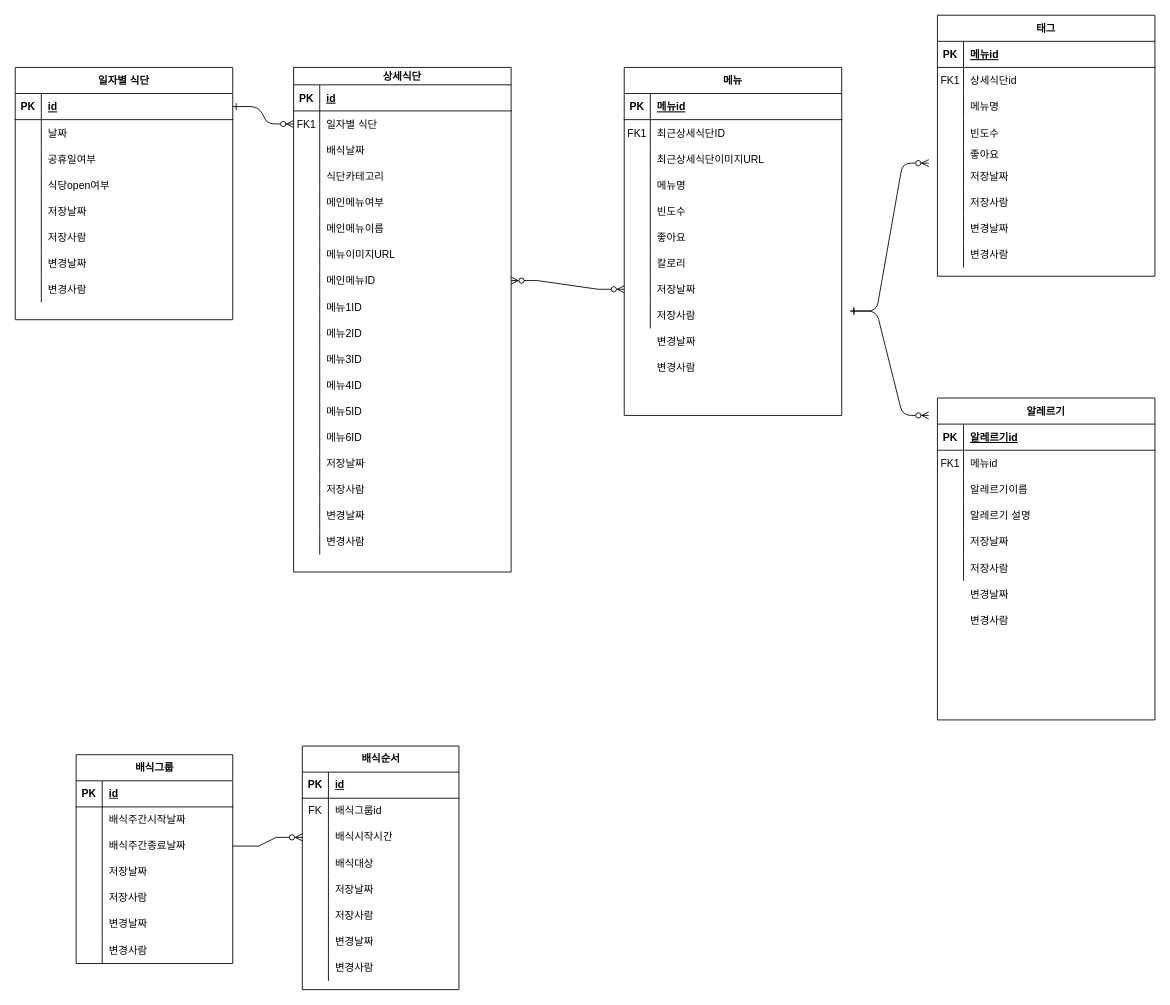
This is 제목 없는 다이어그램.drawio from meoku/MeokuDB-Schema, a draw.io file, before an edit. Source tidied: cells renumbered, new cells numbered last; positions are measured from the earlier drawing's top-left corner, leaving out a move shared by most shapes. Both pictures are drawn from the tidied source at 87%, with x=0, y=0 at pixel (15, 15).
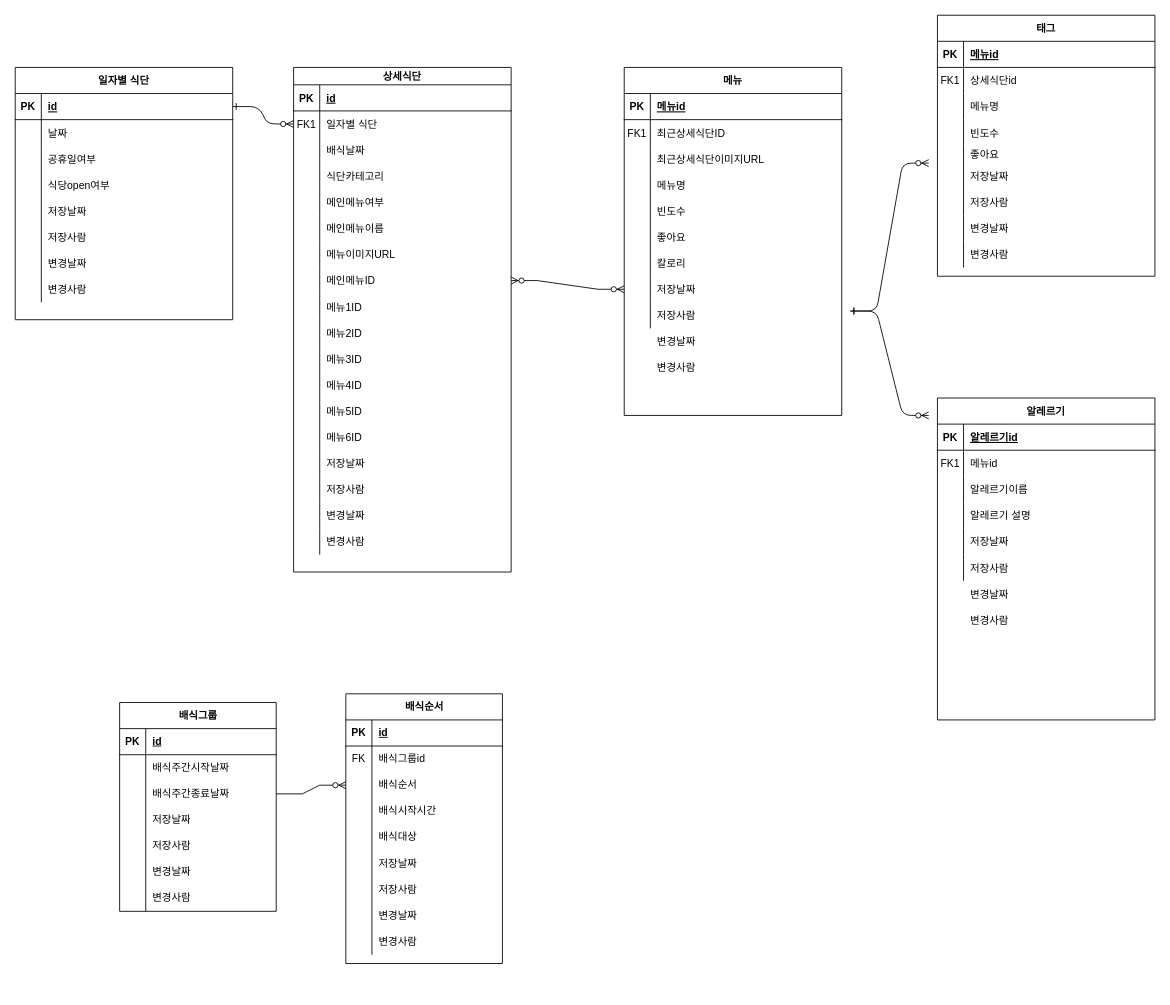
Above is the later version.

Commit message:
배식순서 column추가

Unchanged cells that the change refers to:
```xml
<mxCell id="176" style="shape=tableRow;horizontal=0;startSize=0;swimlaneHead=0;swimlaneBody=0;fillColor=none;points=[[0,0.5],[1,0.5]];portConstraint=eastwest;top=0;left=0;right=0;bottom=0;" parent="169" vertex="1">
  <mxGeometry y="90" width="180" height="30" as="geometry" />
</mxCell>
<mxCell id="201" style="shape=tableRow;horizontal=0;startSize=0;swimlaneHead=0;swimlaneBody=0;fillColor=none;points=[[0,0.5],[1,0.5]];portConstraint=eastwest;top=0;left=0;right=0;bottom=0;" parent="194" vertex="1">
  <mxGeometry y="90" width="180" height="30" as="geometry" />
</mxCell>
```

Diff of the diagram source:
```diff
@@
+    <mxCell id="217" style="group;" parent="1" vertex="1">
+      <mxGeometry x="120" y="780" width="440" height="280" as="geometry" />
+    </mxCell>
-    <mxCell id="169" value="배식순서" style="shape=table;startSize=30;childLayout=tableLayout;rowLines=0;fontStyle=1;align=center;html=1;" parent="1" vertex="1">
-      <mxGeometry x="330" y="840" width="180" height="280" as="geometry" />
+    <mxCell id="169" value="배식순서" style="shape=table;startSize=30;childLayout=tableLayout;rowLines=0;fontStyle=1;align=center;html=1;" parent="217" vertex="1">
+      <mxGeometry x="260" width="180" height="310" as="geometry" />
     </mxCell>
@@
-    <mxCell id="178" value="배식시작시간" style="shape=partialRectangle;fillColor=none;top=0;left=0;bottom=0;right=0;align=left;spacingLeft=6;overflow=hidden;whiteSpace=wrap;html=1;" parent="176" vertex="1">
+    <mxCell id="178" value="배식순서" style="shape=partialRectangle;fillColor=none;top=0;left=0;bottom=0;right=0;align=left;spacingLeft=6;overflow=hidden;whiteSpace=wrap;html=1;" parent="176" vertex="1">
       <mxGeometry x="30" width="150" height="30" as="geometry" />
     </mxCell>
+    <mxCell id="218" style="shape=tableRow;horizontal=0;startSize=0;swimlaneHead=0;swimlaneBody=0;fillColor=none;top=0;left=0;right=0;bottom=0;" parent="169" vertex="1">
+      <mxGeometry y="120" width="180" height="30" as="geometry" />
+    </mxCell>
+    <mxCell id="219" style="shape=partialRectangle;fillColor=none;top=0;left=0;bottom=0;right=0;overflow=hidden;whiteSpace=wrap;html=1;" parent="218" vertex="1">
+      <mxGeometry width="30" height="30" as="geometry" />
+    </mxCell>
+    <mxCell id="220" value="배식시작시간" style="shape=partialRectangle;fillColor=none;top=0;left=0;bottom=0;right=0;align=left;spacingLeft=6;overflow=hidden;whiteSpace=wrap;html=1;" parent="218" vertex="1">
+      <mxGeometry x="30" width="150" height="30" as="geometry" />
+    </mxCell>
     <mxCell id="179" style="shape=tableRow;horizontal=0;startSize=0;swimlaneHead=0;swimlaneBody=0;fillColor=none;top=0;left=0;right=0;bottom=0;" parent="169" vertex="1">
-      <mxGeometry y="120" width="180" height="30" as="geometry" />
+      <mxGeometry y="150" width="180" height="30" as="geometry" />
     </mxCell>
@@
     <mxCell id="182" style="shape=tableRow;horizontal=0;startSize=0;swimlaneHead=0;swimlaneBody=0;fillColor=none;top=0;left=0;right=0;bottom=0;" parent="169" vertex="1">
-      <mxGeometry y="150" width="180" height="30" as="geometry" />
+      <mxGeometry y="180" width="180" height="30" as="geometry" />
     </mxCell>
@@
     <mxCell id="185" style="shape=tableRow;horizontal=0;startSize=0;swimlaneHead=0;swimlaneBody=0;fillColor=none;top=0;left=0;right=0;bottom=0;" parent="169" vertex="1">
-      <mxGeometry y="180" width="180" height="30" as="geometry" />
+      <mxGeometry y="210" width="180" height="30" as="geometry" />
     </mxCell>
@@
     <mxCell id="188" style="shape=tableRow;horizontal=0;startSize=0;swimlaneHead=0;swimlaneBody=0;fillColor=none;top=0;left=0;right=0;bottom=0;" parent="169" vertex="1">
-      <mxGeometry y="210" width="180" height="30" as="geometry" />
+      <mxGeometry y="240" width="180" height="30" as="geometry" />
     </mxCell>
@@
     <mxCell id="191" style="shape=tableRow;horizontal=0;startSize=0;swimlaneHead=0;swimlaneBody=0;fillColor=none;top=0;left=0;right=0;bottom=0;" parent="169" vertex="1">
-      <mxGeometry y="240" width="180" height="30" as="geometry" />
+      <mxGeometry y="270" width="180" height="30" as="geometry" />
     </mxCell>
@@
-    <mxCell id="194" value="배식그룹" style="shape=table;startSize=30;childLayout=tableLayout;rowLines=0;fontStyle=1;align=center;html=1;" parent="1" vertex="1">
-      <mxGeometry x="70" y="850" width="180" height="240" as="geometry" />
+    <mxCell id="194" value="배식그룹" style="shape=table;startSize=30;childLayout=tableLayout;rowLines=0;fontStyle=1;align=center;html=1;" parent="217" vertex="1">
+      <mxGeometry y="10" width="180" height="240" as="geometry" />
     </mxCell>
@@
-    <mxCell id="216" style="edgeStyle=entityRelationEdgeStyle;fontSize=12;html=1;endArrow=ERzeroToMany;endFill=1;rounded=0;exitX=1;exitY=0.5;exitDx=0;exitDy=0;entryX=0;entryY=0.5;entryDx=0;entryDy=0;" parent="1" edge="1" source="201" target="176">
+    <mxCell id="216" style="edgeStyle=entityRelationEdgeStyle;fontSize=12;html=1;endArrow=ERzeroToMany;endFill=1;rounded=0;exitX=1;exitY=0.5;exitDx=0;exitDy=0;entryX=0;entryY=0.5;entryDx=0;entryDy=0;" parent="217" edge="1" source="201" target="176">
       <mxGeometry relative="1" as="geometry" />
     </mxCell>
```
